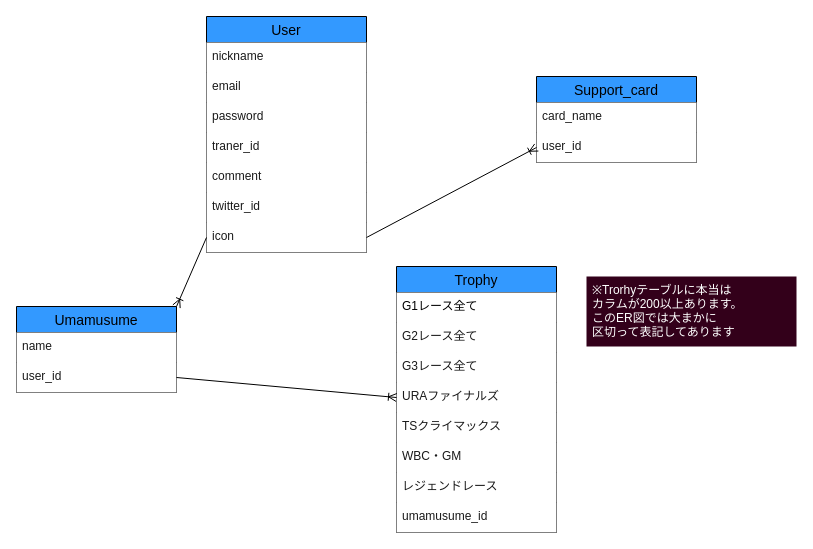
The draw.io diagram ER図.dio in kenkenkaiden/umamusume_crown_complete_support, before the edit. Source tidied: cells renumbered, new cells numbered last; positions are measured from the earlier drawing's top-left corner, leaving out a move shared by most shapes. Both pictures are drawn from the tidied source at 100%, with x=0, y=0 at pixel (16, 16).
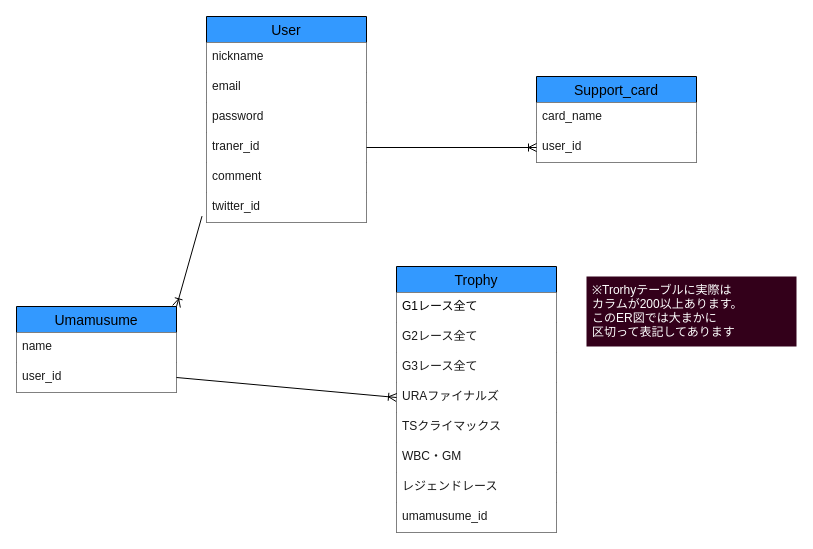
After the change.

Commit message (it also covers changes not shown here):
READMEにデータベース設計の記述を追加（UserテーブルとUmamusumeテーブルの設計を記述）

UserテーブルとUmamusumeテーブルを記述し終わったあと、再度エンティティの洗い出しをする必要があることに気づいた。
Trophyテーブルにレースの距離やバ場情報を記載するスペースがないので、このままだとレースの「絞り込み機能」などを実装する時に大きくてこずりそう。

Unchanged cells that the change refers to:
```xml
<mxCell id="6" value="traner_id" style="text;strokeColor=none;fillColor=#FFFFFF;spacingLeft=4;spacingRight=4;overflow=hidden;points=[[0,0.5],[1,0.5]];portConstraint=eastwest;fontSize=12;fontColor=#1A1A1A;" parent="2" vertex="1">
  <mxGeometry y="116" width="160" height="30" as="geometry" />
</mxCell>
<mxCell id="8" value="twitter_id" style="text;strokeColor=none;fillColor=#FFFFFF;spacingLeft=4;spacingRight=4;overflow=hidden;points=[[0,0.5],[1,0.5]];portConstraint=eastwest;fontSize=12;fontColor=#1A1A1A;" parent="2" vertex="1">
  <mxGeometry y="176" width="160" height="30" as="geometry" />
</mxCell>
<mxCell id="10" value="Umamusume" style="swimlane;fontStyle=0;horizontal=1;startSize=26;align=center;fontSize=14;fillColor=#3399FF;" parent="1" vertex="1">
  <mxGeometry y="290" width="160" height="86" as="geometry" />
</mxCell>
<mxCell id="15" value="user_id" style="text;strokeColor=none;fillColor=#FFFFFF;spacingLeft=4;spacingRight=4;overflow=hidden;points=[[0,0.5],[1,0.5]];portConstraint=eastwest;fontSize=12;fontColor=#1A1A1A;" parent="13" vertex="1">
  <mxGeometry y="56" width="160" height="30" as="geometry" />
</mxCell>
```

What changed in the source:
```diff
@@
     <mxCell id="2" value="User" style="swimlane;fontStyle=0;horizontal=1;startSize=26;align=center;fontSize=14;fillColor=#3399FF;" parent="1" vertex="1">
-      <mxGeometry x="190" width="160" height="236" as="geometry" />
+      <mxGeometry x="190" width="160" height="206" as="geometry" />
     </mxCell>
@@
-    <mxCell id="9" value="icon" style="text;strokeColor=none;fillColor=#FFFFFF;spacingLeft=4;spacingRight=4;overflow=hidden;points=[[0,0.5],[1,0.5]];portConstraint=eastwest;fontSize=12;fontColor=#1A1A1A;" parent="2" vertex="1">
-      <mxGeometry y="206" width="160" height="30" as="geometry" />
-    </mxCell>
@@
-    <mxCell id="25" value="※Trorhyテーブルに本当は&#10;カラムが200以上あります。&#10;このER図では大まかに&#10;区切って表記してあります" style="text;strokeColor=none;fillColor=#33001A;spacingLeft=4;spacingRight=4;overflow=hidden;fontSize=12;fontColor=#FFFFFF;" parent="1" vertex="1">
+    <mxCell id="25" value="※Trorhyテーブルに実際は&#10;カラムが200以上あります。&#10;このER図では大まかに&#10;区切って表記してあります" style="text;strokeColor=none;fillColor=#33001A;spacingLeft=4;spacingRight=4;overflow=hidden;fontSize=12;fontColor=#FFFFFF;" parent="1" vertex="1">
       <mxGeometry x="570" y="260" width="210" height="70" as="geometry" />
     </mxCell>
-    <mxCell id="26" style="edgeStyle=none;html=1;exitX=0;exitY=0.5;exitDx=0;exitDy=0;entryX=1;entryY=0;entryDx=0;entryDy=0;endArrow=ERoneToMany;endFill=0;" parent="1" edge="1" source="9" target="10">
+    <mxCell id="26" style="edgeStyle=none;html=1;exitX=-0.028;exitY=0.787;exitDx=0;exitDy=0;entryX=1;entryY=0;entryDx=0;entryDy=0;endArrow=ERoneToMany;endFill=0;exitPerimeter=0;" parent="1" edge="1" source="8" target="10">
       <mxGeometry relative="1" as="geometry" />
     </mxCell>
@@
-    <mxCell id="28" style="edgeStyle=none;html=1;exitX=1;exitY=0.5;exitDx=0;exitDy=0;entryX=0;entryY=0.5;entryDx=0;entryDy=0;endArrow=ERoneToMany;endFill=0;" parent="1" edge="1" source="9" target="15">
+    <mxCell id="28" style="edgeStyle=none;html=1;exitX=1;exitY=0.5;exitDx=0;exitDy=0;entryX=0;entryY=0.5;entryDx=0;entryDy=0;endArrow=ERoneToMany;endFill=0;" parent="1" edge="1" source="6" target="15">
       <mxGeometry relative="1" as="geometry" />
     </mxCell>
```
